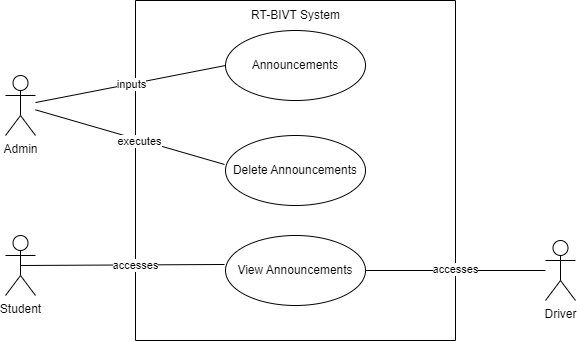
This is Project Real-Time Bus ID Verification and Tracking/DOCUMENTATION/UseCaseDiagrams/Announcement.drawio.png from Abubakar-doc/FYP-24-SE-A-204, a draw.io export, as it was before one commit. Source tidied: cells renumbered, new cells last; positions are measured from the earlier drawing's top-left corner, leaving out a move shared by most shapes. Source of this version:
```xml
<mxGraphModel>
  <root>
    <mxCell id="0" />
    <mxCell id="1" parent="0" />
    <mxCell id="2" style="swimlane;startSize=0;fillColor=default;fontColor=#000000;strokeColor=#000000;" parent="1" vertex="1">
      <mxGeometry x="130" width="320" height="340" as="geometry" />
    </mxCell>
    <mxCell id="3" value="Announcements" style="ellipse;whiteSpace=wrap;html=1;fillColor=none;fontColor=#000000;strokeColor=#000000;" parent="2" vertex="1">
      <mxGeometry x="90" y="30" width="140" height="70" as="geometry" />
    </mxCell>
    <mxCell id="4" value="Delete Announcements" style="ellipse;whiteSpace=wrap;html=1;fillColor=none;fontColor=#000000;strokeColor=#000000;" parent="2" vertex="1">
      <mxGeometry x="90" y="135" width="140" height="70" as="geometry" />
    </mxCell>
    <mxCell id="5" value="View Announcements" style="ellipse;whiteSpace=wrap;html=1;fillColor=none;fontColor=#000000;strokeColor=#000000;" parent="2" vertex="1">
      <mxGeometry x="90" y="235" width="140" height="70" as="geometry" />
    </mxCell>
    <mxCell id="6" value="RT-BIVT System" style="text;html=1;align=center;verticalAlign=middle;strokeColor=none;fillColor=none;fontColor=#000000;" parent="2" vertex="1">
      <mxGeometry x="105" width="110" height="30" as="geometry" />
    </mxCell>
    <mxCell id="7" value="Admin" style="shape=umlActor;verticalLabelPosition=bottom;verticalAlign=top;html=1;fillColor=none;fontColor=#000000;strokeColor=#000000;" parent="1" vertex="1">
      <mxGeometry y="75" width="30" height="60" as="geometry" />
    </mxCell>
    <mxCell id="8" value="Driver" style="shape=umlActor;verticalLabelPosition=bottom;verticalAlign=top;html=1;fillColor=none;fontColor=#000000;strokeColor=#000000;" parent="1" vertex="1">
      <mxGeometry x="540" y="240" width="30" height="60" as="geometry" />
    </mxCell>
    <mxCell id="9" value="Student" style="shape=umlActor;verticalLabelPosition=bottom;verticalAlign=top;html=1;fillColor=none;fontColor=#000000;strokeColor=#000000;" parent="1" vertex="1">
      <mxGeometry y="235" width="30" height="60" as="geometry" />
    </mxCell>
    <mxCell id="10" style="endArrow=none;html=1;rounded=0;exitX=0.5;exitY=0.5;exitDx=0;exitDy=0;exitPerimeter=0;entryX=-0.007;entryY=0.414;entryDx=0;entryDy=0;entryPerimeter=0;fontColor=#000000;strokeColor=#000000;" parent="1" edge="1" source="9" target="5">
      <mxGeometry relative="1" as="geometry" />
    </mxCell>
    <mxCell id="11" value="accesses" style="edgeLabel;html=1;align=center;verticalAlign=middle;" parent="10" vertex="1">
      <mxGeometry x="0.12" relative="1" as="geometry" />
    </mxCell>
    <mxCell id="12" style="endArrow=none;html=1;rounded=0;entryX=0;entryY=0.5;entryDx=0;entryDy=0;fontColor=#000000;strokeColor=#000000;" parent="1" edge="1" source="7" target="3">
      <mxGeometry relative="1" as="geometry" />
    </mxCell>
    <mxCell id="13" value="inputs" style="edgeLabel;html=1;align=center;verticalAlign=middle;" parent="12" vertex="1">
      <mxGeometry x="0.01" relative="1" as="geometry" />
    </mxCell>
    <mxCell id="14" style="endArrow=none;html=1;rounded=0;entryX=-0.007;entryY=0.414;entryDx=0;entryDy=0;entryPerimeter=0;fontColor=#000000;strokeColor=#000000;" parent="1" edge="1" source="7" target="4">
      <mxGeometry relative="1" as="geometry" />
    </mxCell>
    <mxCell id="15" value="executes" style="edgeLabel;html=1;align=center;verticalAlign=middle;" parent="14" vertex="1">
      <mxGeometry x="0.1" y="-1" relative="1" as="geometry" />
    </mxCell>
    <mxCell id="16" style="endArrow=none;html=1;rounded=0;exitX=1;exitY=0.5;exitDx=0;exitDy=0;fontColor=#000000;strokeColor=#000000;" parent="1" edge="1" source="5" target="8">
      <mxGeometry relative="1" as="geometry" />
    </mxCell>
    <mxCell id="17" value="accesses" style="edgeLabel;html=1;align=center;verticalAlign=middle;" parent="16" vertex="1">
      <mxGeometry y="1" relative="1" as="geometry" />
    </mxCell>
  </root>
</mxGraphModel>
```
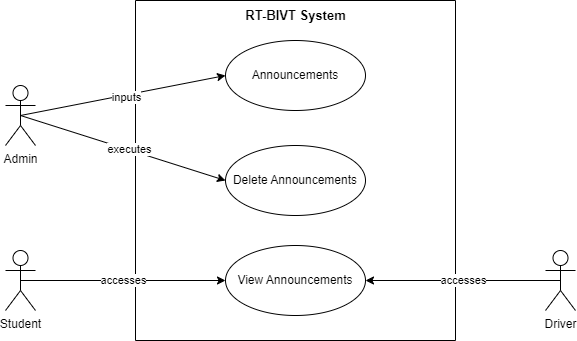
The same file after the commit.

Diff of the diagram source:
```diff
@@ -5,50 +5,52 @@
     <mxCell id="2" style="swimlane;startSize=0;fillColor=default;fontColor=#000000;strokeColor=#000000;" parent="1" vertex="1">
       <mxGeometry x="130" width="320" height="340" as="geometry" />
     </mxCell>
+    <mxCell id="6" value="&lt;b&gt;&lt;font style=&quot;font-size: 13px;&quot;&gt;RT-BIVT System&lt;/font&gt;&lt;/b&gt;" style="text;html=1;align=center;verticalAlign=middle;strokeColor=none;fillColor=none;fontColor=#000000;" parent="2" vertex="1">
+      <mxGeometry x="100" width="120" height="30" as="geometry" />
+    </mxCell>
     <mxCell id="3" value="Announcements" style="ellipse;whiteSpace=wrap;html=1;fillColor=none;fontColor=#000000;strokeColor=#000000;" parent="2" vertex="1">
-      <mxGeometry x="90" y="30" width="140" height="70" as="geometry" />
+      <mxGeometry x="90" y="40" width="140" height="70" as="geometry" />
     </mxCell>
     <mxCell id="4" value="Delete Announcements" style="ellipse;whiteSpace=wrap;html=1;fillColor=none;fontColor=#000000;strokeColor=#000000;" parent="2" vertex="1">
-      <mxGeometry x="90" y="135" width="140" height="70" as="geometry" />
+      <mxGeometry x="90" y="145" width="140" height="70" as="geometry" />
     </mxCell>
     <mxCell id="5" value="View Announcements" style="ellipse;whiteSpace=wrap;html=1;fillColor=none;fontColor=#000000;strokeColor=#000000;" parent="2" vertex="1">
-      <mxGeometry x="90" y="235" width="140" height="70" as="geometry" />
+      <mxGeometry x="90" y="245" width="140" height="70" as="geometry" />
     </mxCell>
-    <mxCell id="6" value="RT-BIVT System" style="text;html=1;align=center;verticalAlign=middle;strokeColor=none;fillColor=none;fontColor=#000000;" parent="2" vertex="1">
-      <mxGeometry x="105" width="110" height="30" as="geometry" />
-    </mxCell>
-    <mxCell id="7" value="Admin" style="shape=umlActor;verticalLabelPosition=bottom;verticalAlign=top;html=1;fillColor=none;fontColor=#000000;strokeColor=#000000;" parent="1" vertex="1">
-      <mxGeometry y="75" width="30" height="60" as="geometry" />
-    </mxCell>
+    <mxCell id="18" style="rounded=0;jettySize=auto;html=1;exitX=0.5;exitY=0.5;exitDx=0;exitDy=0;exitPerimeter=0;entryX=1;entryY=0.5;entryDx=0;entryDy=0;" parent="2" edge="1" source="8" target="5">
+      <mxGeometry relative="1" as="geometry" />
+    </mxCell>
+    <mxCell id="19" value="accesses" style="edgeLabel;html=1;align=center;verticalAlign=middle;" parent="18" vertex="1">
+      <mxGeometry x="0.01" y="-1" relative="1" as="geometry" />
+    </mxCell>
-    <mxCell id="8" value="Driver" style="shape=umlActor;verticalLabelPosition=bottom;verticalAlign=top;html=1;fillColor=none;fontColor=#000000;strokeColor=#000000;" parent="1" vertex="1">
-      <mxGeometry x="540" y="240" width="30" height="60" as="geometry" />
+    <mxCell id="8" value="Driver" style="shape=umlActor;verticalLabelPosition=bottom;verticalAlign=top;html=1;fillColor=none;fontColor=#000000;strokeColor=#000000;" parent="2" vertex="1">
+      <mxGeometry x="410" y="250" width="30" height="60" as="geometry" />
     </mxCell>
-    <mxCell id="9" value="Student" style="shape=umlActor;verticalLabelPosition=bottom;verticalAlign=top;html=1;fillColor=none;fontColor=#000000;strokeColor=#000000;" parent="1" vertex="1">
-      <mxGeometry y="235" width="30" height="60" as="geometry" />
-    </mxCell>
-    <mxCell id="10" style="endArrow=none;html=1;rounded=0;exitX=0.5;exitY=0.5;exitDx=0;exitDy=0;exitPerimeter=0;entryX=-0.007;entryY=0.414;entryDx=0;entryDy=0;entryPerimeter=0;fontColor=#000000;strokeColor=#000000;" parent="1" edge="1" source="9" target="5">
-      <mxGeometry relative="1" as="geometry" />
-    </mxCell>
-    <mxCell id="11" value="accesses" style="edgeLabel;html=1;align=center;verticalAlign=middle;" parent="10" vertex="1">
-      <mxGeometry x="0.12" relative="1" as="geometry" />
-    </mxCell>
-    <mxCell id="12" style="endArrow=none;html=1;rounded=0;entryX=0;entryY=0.5;entryDx=0;entryDy=0;fontColor=#000000;strokeColor=#000000;" parent="1" edge="1" source="7" target="3">
+    <mxCell id="12" style="rounded=0;jettySize=auto;html=1;exitX=0.5;exitY=0.5;exitDx=0;exitDy=0;exitPerimeter=0;entryX=0;entryY=0.5;entryDx=0;entryDy=0;" parent="2" edge="1" source="7" target="3">
       <mxGeometry relative="1" as="geometry" />
     </mxCell>
     <mxCell id="13" value="inputs" style="edgeLabel;html=1;align=center;verticalAlign=middle;" parent="12" vertex="1">
-      <mxGeometry x="0.01" relative="1" as="geometry" />
+      <mxGeometry x="0.03" y="-2" relative="1" as="geometry" />
     </mxCell>
-    <mxCell id="14" style="endArrow=none;html=1;rounded=0;entryX=-0.007;entryY=0.414;entryDx=0;entryDy=0;entryPerimeter=0;fontColor=#000000;strokeColor=#000000;" parent="1" edge="1" source="7" target="4">
+    <mxCell id="14" style="rounded=0;jettySize=auto;html=1;exitX=0.5;exitY=0.5;exitDx=0;exitDy=0;exitPerimeter=0;entryX=0;entryY=0.5;entryDx=0;entryDy=0;" parent="2" edge="1" source="7" target="4">
       <mxGeometry relative="1" as="geometry" />
     </mxCell>
     <mxCell id="15" value="executes" style="edgeLabel;html=1;align=center;verticalAlign=middle;" parent="14" vertex="1">
-      <mxGeometry x="0.1" y="-1" relative="1" as="geometry" />
+      <mxGeometry x="0.05" y="1" relative="1" as="geometry" />
     </mxCell>
-    <mxCell id="16" style="endArrow=none;html=1;rounded=0;exitX=1;exitY=0.5;exitDx=0;exitDy=0;fontColor=#000000;strokeColor=#000000;" parent="1" edge="1" source="5" target="8">
-      <mxGeometry relative="1" as="geometry" />
-    </mxCell>
-    <mxCell id="17" value="accesses" style="edgeLabel;html=1;align=center;verticalAlign=middle;" parent="16" vertex="1">
-      <mxGeometry y="1" relative="1" as="geometry" />
-    </mxCell>
+    <mxCell id="7" value="Admin" style="shape=umlActor;verticalLabelPosition=bottom;verticalAlign=top;html=1;fillColor=none;fontColor=#000000;strokeColor=#000000;" parent="2" vertex="1">
+      <mxGeometry x="-130" y="85" width="30" height="60" as="geometry" />
+    </mxCell>
+    <mxCell id="9" value="Student" style="shape=umlActor;verticalLabelPosition=bottom;verticalAlign=top;html=1;fillColor=none;fontColor=#000000;strokeColor=#000000;" parent="1" vertex="1">
+      <mxGeometry y="250" width="30" height="60" as="geometry" />
+    </mxCell>
+    <mxCell id="10" style="rounded=0;jettySize=auto;html=1;exitX=0.5;exitY=0.5;exitDx=0;exitDy=0;exitPerimeter=0;entryX=0;entryY=0.5;entryDx=0;entryDy=0;" parent="1" edge="1" source="9" target="5">
+      <mxGeometry relative="1" as="geometry" />
+    </mxCell>
+    <mxCell id="20" value="accesses" style="edgeLabel;html=1;align=center;verticalAlign=middle;" parent="10" vertex="1">
+      <mxGeometry x="-0.01" y="-2" relative="1" as="geometry">
+        <mxPoint y="-3" as="offset" />
+      </mxGeometry>
+    </mxCell>
   </root>
 </mxGraphModel>
```
